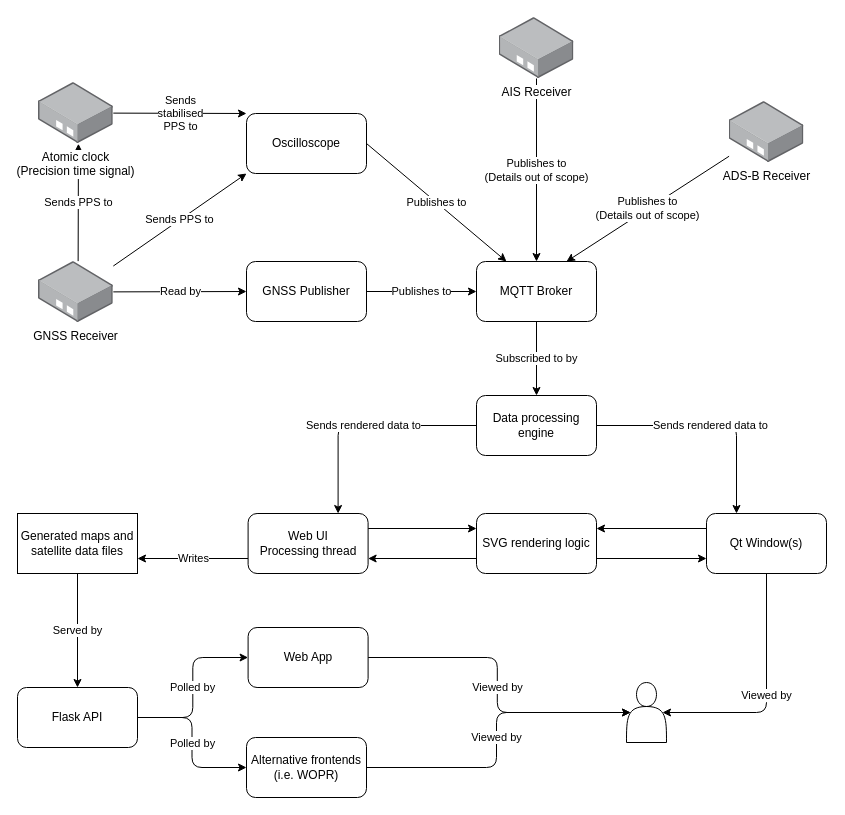
Before: docs/dataflow.drawio in autumn-mck/gnss-war-room, a draw.io diagram. Source tidied: cells renumbered, new cells numbered last; positions are measured from the earlier drawing's top-left corner, leaving out a move shared by most shapes. Both pictures are drawn from the tidied source at 100%, with x=0, y=0 at pixel (17, 17).
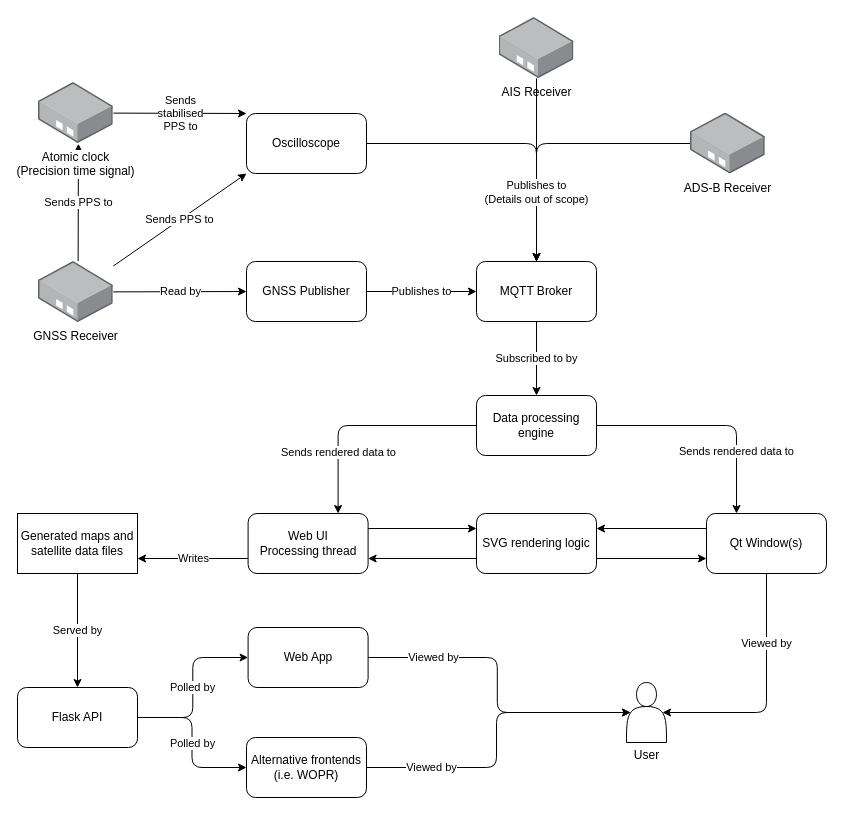
The same diagram, later.

Commit message (it also covers changes not shown here):
further clarify data flow diagram

Unchanged cells that the change refers to:
```xml
<mxCell id="9" value="Web UI&lt;br&gt;Processing thread" style="rounded=1;whiteSpace=wrap;html=1;" parent="1" vertex="1">
  <mxGeometry x="230.6" y="496" width="120" height="60" as="geometry" />
</mxCell>
<mxCell id="11" value="MQTT Broker" style="rounded=1;whiteSpace=wrap;html=1;" parent="1" vertex="1">
  <mxGeometry x="459" y="244" width="120" height="60" as="geometry" />
</mxCell>
<mxCell id="21" value="AIS&amp;nbsp;Receiver" style="points=[];html=1;align=center;shadow=0;dashed=0;image;image=img/lib/allied_telesis/media_converters/Media_Converter_Standalone.svg;" parent="1" vertex="1">
  <mxGeometry x="481.6" width="74.8" height="61" as="geometry" />
</mxCell>
<mxCell id="27" value="Oscilloscope" style="rounded=1;whiteSpace=wrap;html=1;" parent="1" vertex="1">
  <mxGeometry x="229" y="96" width="120" height="60" as="geometry" />
</mxCell>
<mxCell id="29" value="Qt Window(s)" style="whiteSpace=wrap;html=1;rounded=1;" parent="1" vertex="1">
  <mxGeometry x="689" y="496" width="120" height="60" as="geometry" />
</mxCell>
<mxCell id="33" style="shape=actor;whiteSpace=wrap;html=1;" parent="1" vertex="1">
  <mxGeometry x="609" y="665" width="40" height="60" as="geometry" />
</mxCell>
<mxCell id="35" value="Web App" style="whiteSpace=wrap;html=1;rounded=1;" parent="1" vertex="1">
  <mxGeometry x="230.6" y="610" width="120" height="60" as="geometry" />
</mxCell>
<mxCell id="37" value="Alternative frontends&lt;br&gt;(i.e. WOPR)" style="whiteSpace=wrap;html=1;rounded=1;" parent="1" vertex="1">
  <mxGeometry x="229" y="720" width="120" height="60" as="geometry" />
</mxCell>
<mxCell id="38" value="Data processing engine" style="rounded=1;whiteSpace=wrap;html=1;" parent="1" vertex="1">
  <mxGeometry x="459" y="378" width="120" height="60" as="geometry" />
</mxCell>
```

Change to the diagram source:
```diff
@@
     <mxCell id="18" value="Sends rendered data to" style="edgeStyle=orthogonalEdgeStyle;html=1;exitX=1;exitY=0.5;exitDx=0;exitDy=0;entryX=0.25;entryY=0;entryDx=0;entryDy=0;" parent="1" edge="1" source="38" target="29">
-      <mxGeometry relative="1" as="geometry" />
+      <mxGeometry x="0.46" relative="1" as="geometry" />
     </mxCell>
@@
-    <mxCell id="20" value="Publishes to&lt;br&gt;(Details out of scope)" style="edgeStyle=none;html=1;entryX=0.5;entryY=0;entryDx=0;entryDy=0;" parent="1" edge="1" source="21" target="11">
-      <mxGeometry relative="1" as="geometry" />
-    </mxCell>
@@
-    <mxCell id="22" value="Publishes to&lt;br&gt;(Details out of scope)" style="edgeStyle=none;html=1;entryX=0.75;entryY=0;entryDx=0;entryDy=0;" parent="1" edge="1" source="23" target="11">
+    <mxCell id="22" style="edgeStyle=orthogonalEdgeStyle;html=1;entryX=0.5;entryY=0;entryDx=0;entryDy=0;" parent="1" edge="1" source="23" target="11">
       <mxGeometry relative="1" as="geometry" />
     </mxCell>
     <mxCell id="23" value="ADS-B&amp;nbsp;Receiver" style="points=[];html=1;align=center;shadow=0;dashed=0;image;image=img/lib/allied_telesis/media_converters/Media_Converter_Standalone.svg;" parent="1" vertex="1">
-      <mxGeometry x="711.6" y="84" width="74.8" height="61" as="geometry" />
+      <mxGeometry x="673" y="95.5" width="74.8" height="61" as="geometry" />
     </mxCell>
@@
-    <mxCell id="26" value="Publishes to" style="edgeStyle=none;html=1;exitX=1;exitY=0.5;exitDx=0;exitDy=0;entryX=0.25;entryY=0;entryDx=0;entryDy=0;endArrow=classic;endFill=1;" parent="1" edge="1" source="27" target="11">
+    <mxCell id="26" style="edgeStyle=orthogonalEdgeStyle;html=1;exitX=1;exitY=0.5;exitDx=0;exitDy=0;entryX=0.5;entryY=0;entryDx=0;entryDy=0;endArrow=classic;endFill=1;" parent="1" edge="1" source="27" target="11">
       <mxGeometry relative="1" as="geometry" />
     </mxCell>
@@
     <mxCell id="28" value="Viewed by" style="edgeStyle=orthogonalEdgeStyle;html=1;exitX=0.5;exitY=1;exitDx=0;exitDy=0;entryX=0.9;entryY=0.5;entryDx=0;entryDy=0;entryPerimeter=0;" parent="1" edge="1" source="29" target="33">
-      <mxGeometry relative="1" as="geometry">
+      <mxGeometry x="-0.42" relative="1" as="geometry">
         <Array as="points">
           <mxPoint x="749" y="695" />
         </Array>
       </mxGeometry>
     </mxCell>
@@
     <mxCell id="34" value="Viewed by" style="edgeStyle=orthogonalEdgeStyle;html=1;exitX=1;exitY=0.5;exitDx=0;exitDy=0;entryX=0.1;entryY=0.5;entryDx=0;entryDy=0;entryPerimeter=0;" parent="1" edge="1" source="35" target="33">
-      <mxGeometry relative="1" as="geometry" />
+      <mxGeometry x="-0.59" relative="1" as="geometry" />
     </mxCell>
@@
     <mxCell id="36" value="Viewed by" style="edgeStyle=orthogonalEdgeStyle;html=1;exitX=1;exitY=0.5;exitDx=0;exitDy=0;entryX=0.1;entryY=0.5;entryDx=0;entryDy=0;entryPerimeter=0;" parent="1" edge="1" source="37" target="33">
-      <mxGeometry relative="1" as="geometry" />
+      <mxGeometry x="-0.59" relative="1" as="geometry" />
     </mxCell>
@@
     <mxCell id="39" value="Sends rendered data to" style="edgeStyle=orthogonalEdgeStyle;html=1;exitX=0;exitY=0.5;exitDx=0;exitDy=0;entryX=0.75;entryY=0;entryDx=0;entryDy=0;" parent="1" edge="1" source="38" target="9">
-      <mxGeometry relative="1" as="geometry" />
+      <mxGeometry x="0.46" relative="1" as="geometry" />
     </mxCell>
+    <mxCell id="20" value="Publishes to&lt;br&gt;(Details out of scope)" style="edgeStyle=none;html=1;entryX=0.5;entryY=0;entryDx=0;entryDy=0;" parent="1" edge="1" source="21" target="11">
+      <mxGeometry x="0.25" relative="1" as="geometry" />
+    </mxCell>
+    <mxCell id="40" value="User" style="text;html=1;align=center;verticalAlign=middle;strokeColor=none;fillColor=none;" parent="1" vertex="1">
+      <mxGeometry x="605.5" y="725" width="47" height="26" as="geometry" />
+    </mxCell>
```
